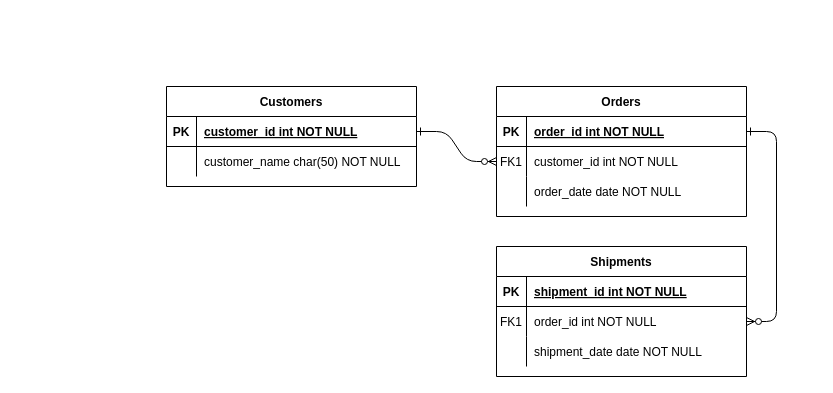
This is VeterinariaDiagramaRelacional.drawio from JeffreySuarez/mi-primer-repositorio, a draw.io file, before an edit. Source tidied: cells renumbered, new cells numbered last; positions are measured from the earlier drawing's top-left corner, leaving out a move shared by most shapes. Both pictures are drawn from the tidied source at 100%, with x=0, y=0 at pixel (166, 86).
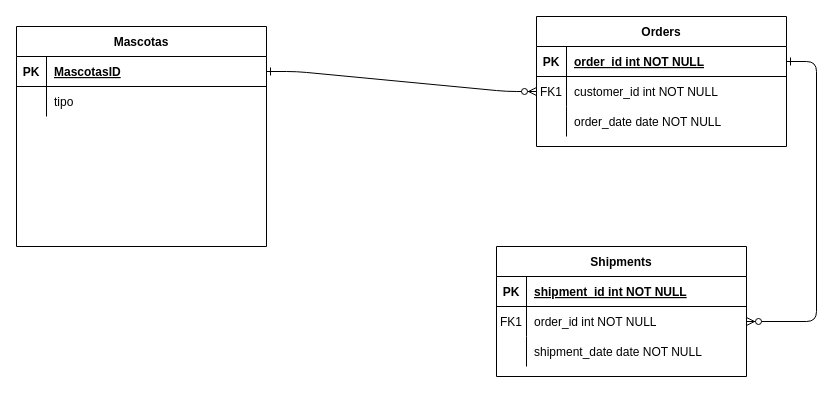
After the change.

Unchanged cells that the change refers to:
```xml
<mxCell id="25" style="shape=partialRectangle;fillColor=none;points=[[0,0.5],[1,0.5]];portConstraint=eastwest;top=0;left=0;right=0;bottom=1;" parent="24" vertex="1">
  <mxGeometry y="30" width="250" height="30" as="geometry" />
</mxCell>
<mxCell id="28" style="shape=partialRectangle;fillColor=none;top=0;left=0;right=0;bottom=0;" parent="24" vertex="1">
  <mxGeometry y="60" width="250" height="30" as="geometry" />
</mxCell>
```

Diff of the diagram source:
```diff
@@
     <mxCell id="4" value="Orders" style="shape=table;startSize=30;childLayout=tableLayout;rowLines=0;fontStyle=1;align=center;" parent="1" vertex="1">
-      <mxGeometry x="330" width="250" height="130" as="geometry" />
+      <mxGeometry x="370" y="-70" width="250" height="130" as="geometry" />
     </mxCell>
@@
-    <mxCell id="24" value="Customers" style="shape=table;startSize=30;childLayout=tableLayout;rowLines=0;fontStyle=1;align=center;" parent="1" vertex="1">
-      <mxGeometry width="250" height="100" as="geometry" />
+    <mxCell id="24" value="Mascotas" style="shape=table;startSize=30;childLayout=tableLayout;rowLines=0;fontStyle=1;align=center;" parent="1" vertex="1">
+      <mxGeometry x="-150" y="-60" width="250" height="220" as="geometry" />
     </mxCell>
@@
-    <mxCell id="27" value="customer_id int NOT NULL " style="shape=partialRectangle;overflow=hidden;fillColor=none;top=0;left=0;bottom=0;right=0;align=left;spacingLeft=6;fontStyle=5;" parent="25" vertex="1">
+    <mxCell id="27" value="MascotasID" style="shape=partialRectangle;overflow=hidden;fillColor=none;top=0;left=0;bottom=0;right=0;align=left;spacingLeft=6;fontStyle=5;" parent="25" vertex="1">
       <mxGeometry x="30" width="220" height="30" as="geometry" />
     </mxCell>
@@
-    <mxCell id="30" value="customer_name char(50) NOT NULL" style="shape=partialRectangle;overflow=hidden;fillColor=none;top=0;left=0;bottom=0;right=0;align=left;spacingLeft=6;" parent="28" vertex="1">
+    <mxCell id="30" value="tipo" style="shape=partialRectangle;overflow=hidden;fillColor=none;top=0;left=0;bottom=0;right=0;align=left;spacingLeft=6;" parent="28" vertex="1">
       <mxGeometry x="30" width="220" height="30" as="geometry" />
     </mxCell>
```
